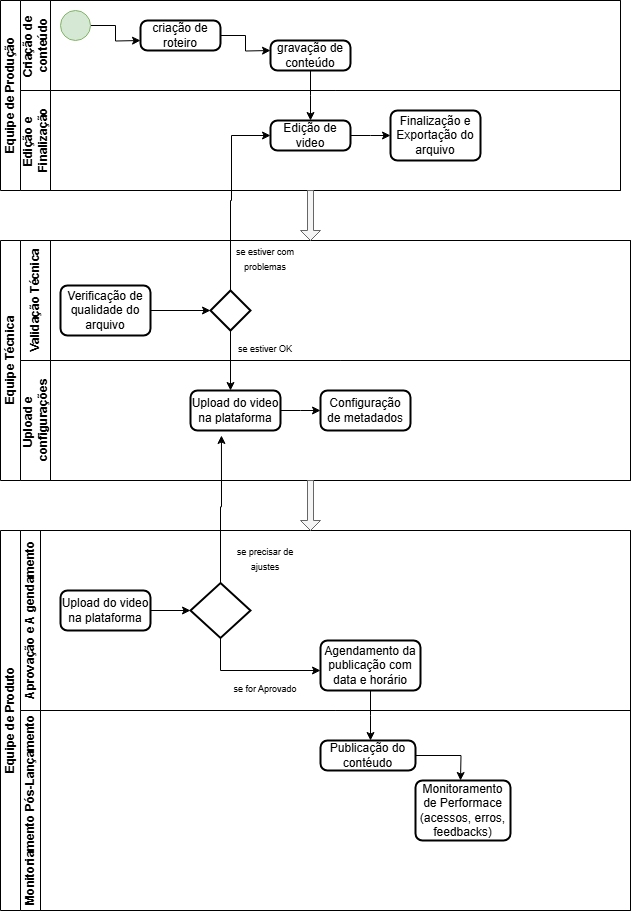
Above: Diagrama 2.0.drawio.png in Andynlx01/fluxograma.aprensa-o (draw.io), before the change. Source tidied: cells renumbered, new cells last; positions are measured from the earlier drawing's top-left corner, leaving out a move shared by most shapes.
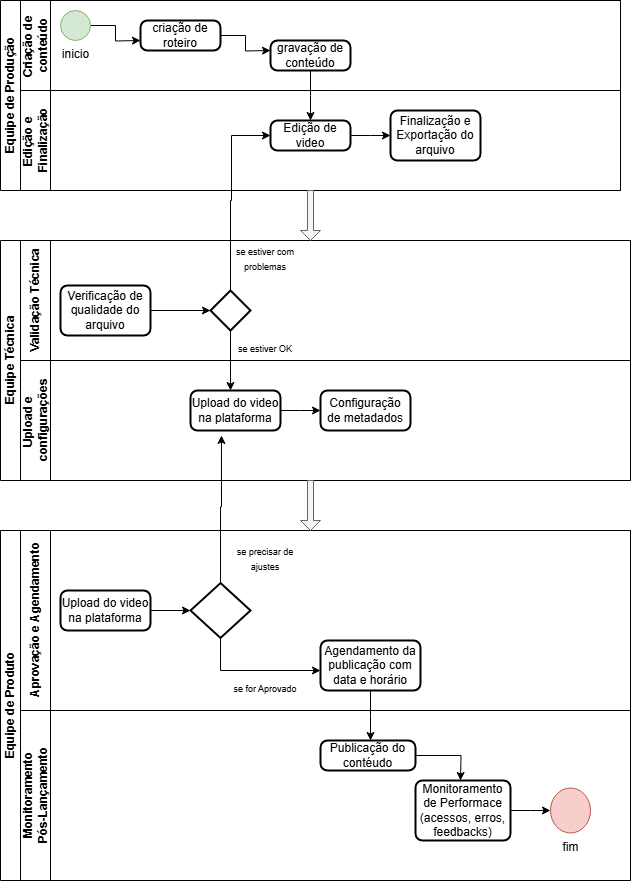
Later version of the same file.

The edit, as a diff of the source:
```diff
@@ -13,7 +13,7 @@
         <mxPoint x="120" y="40" as="targetPoint" />
       </mxGeometry>
     </mxCell>
-    <mxCell id="5" style="verticalLabelPosition=bottom;verticalAlign=top;html=1;shape=mxgraph.flowchart.on-page_reference;fillColor=#d5e8d4;strokeColor=#82b366;" parent="3" vertex="1">
+    <mxCell id="5" value="inicio" style="verticalLabelPosition=bottom;verticalAlign=top;html=1;shape=mxgraph.flowchart.on-page_reference;fillColor=#d5e8d4;strokeColor=#82b366;" parent="3" vertex="1">
       <mxGeometry x="40" y="10" width="30" height="30" as="geometry" />
     </mxCell>
     <mxCell id="6" style="edgeStyle=orthogonalEdgeStyle;rounded=0;jettySize=auto;html=1;" parent="3" edge="1" source="7">
@@ -87,9 +87,9 @@
       <mxGeometry x="300" y="30" width="90" height="40" as="geometry" />
     </mxCell>
     <mxCell id="26" value="Equipe de Produto" style="swimlane;horizontal=0;startSize=20;html=1;" parent="1" vertex="1">
-      <mxGeometry y="530" width="630" height="380" as="geometry" />
+      <mxGeometry y="530" width="630" height="350" as="geometry" />
     </mxCell>
-    <mxCell id="27" value="Aprovação e A gendamento" style="swimlane;startSize=20;horizontal=0;html=1;" parent="26" vertex="1">
+    <mxCell id="27" value="Aprovação e Agendamento" style="swimlane;startSize=30;horizontal=0;html=1;" parent="26" vertex="1">
       <mxGeometry x="20" width="610" height="180" as="geometry" />
     </mxCell>
     <mxCell id="28" value="Upload do video na plataforma" style="rounded=1;whiteSpace=wrap;html=1;absoluteArcSize=1;arcSize=14;strokeWidth=2;" parent="27" vertex="1">
@@ -124,8 +124,8 @@
     <mxCell id="35" value="Agendamento da publicação com data e horário" style="rounded=1;whiteSpace=wrap;html=1;absoluteArcSize=1;arcSize=14;strokeWidth=2;" parent="27" vertex="1">
       <mxGeometry x="300" y="110" width="100" height="50" as="geometry" />
     </mxCell>
-    <mxCell id="36" value="Monitoriamento Pós-Lançamento" style="swimlane;startSize=20;horizontal=0;html=1;" parent="26" vertex="1">
-      <mxGeometry x="20" y="180" width="610" height="200" as="geometry" />
+    <mxCell id="36" value="Monitoramento&lt;div&gt;Pós-Lançamento&lt;/div&gt;" style="swimlane;startSize=30;horizontal=0;html=1;" parent="26" vertex="1">
+      <mxGeometry x="20" y="180" width="610" height="170" as="geometry" />
     </mxCell>
     <mxCell id="37" style="edgeStyle=orthogonalEdgeStyle;rounded=0;jettySize=auto;html=1;exitX=1;exitY=0.5;exitDx=0;exitDy=0;" parent="36" edge="1" source="38">
       <mxGeometry relative="1" as="geometry">
@@ -135,9 +135,17 @@
     <mxCell id="38" value="Publicação do contéudo" style="rounded=1;whiteSpace=wrap;html=1;absoluteArcSize=1;arcSize=14;strokeWidth=2;" parent="36" vertex="1">
       <mxGeometry x="300" y="30" width="95" height="30" as="geometry" />
     </mxCell>
+    <mxCell id="44" style="edgeStyle=orthogonalEdgeStyle;rounded=0;jettySize=auto;html=1;exitX=1;exitY=0.5;exitDx=0;exitDy=0;" parent="36" edge="1" source="39">
+      <mxGeometry relative="1" as="geometry">
+        <mxPoint x="530" y="100" as="targetPoint" />
+      </mxGeometry>
+    </mxCell>
     <mxCell id="39" value="Monitoramento de Performace&lt;div&gt;(acessos, erros, feedbacks)&lt;/div&gt;" style="rounded=1;whiteSpace=wrap;html=1;absoluteArcSize=1;arcSize=14;strokeWidth=2;" parent="36" vertex="1">
       <mxGeometry x="395" y="70" width="95" height="60" as="geometry" />
     </mxCell>
+    <mxCell id="45" value="fim" style="verticalLabelPosition=bottom;verticalAlign=top;html=1;shape=mxgraph.flowchart.on-page_reference;fillColor=#f8cecc;strokeColor=#b85450;" parent="36" vertex="1">
+      <mxGeometry x="530" y="77.5" width="40" height="45" as="geometry" />
+    </mxCell>
     <mxCell id="40" style="shape=singleArrow;direction=south;whiteSpace=wrap;html=1;fillColor=#f5f5f5;fontColor=#333333;strokeColor=#666666;" parent="1" vertex="1">
       <mxGeometry x="300" y="190" width="20" height="50" as="geometry" />
     </mxCell>
```
